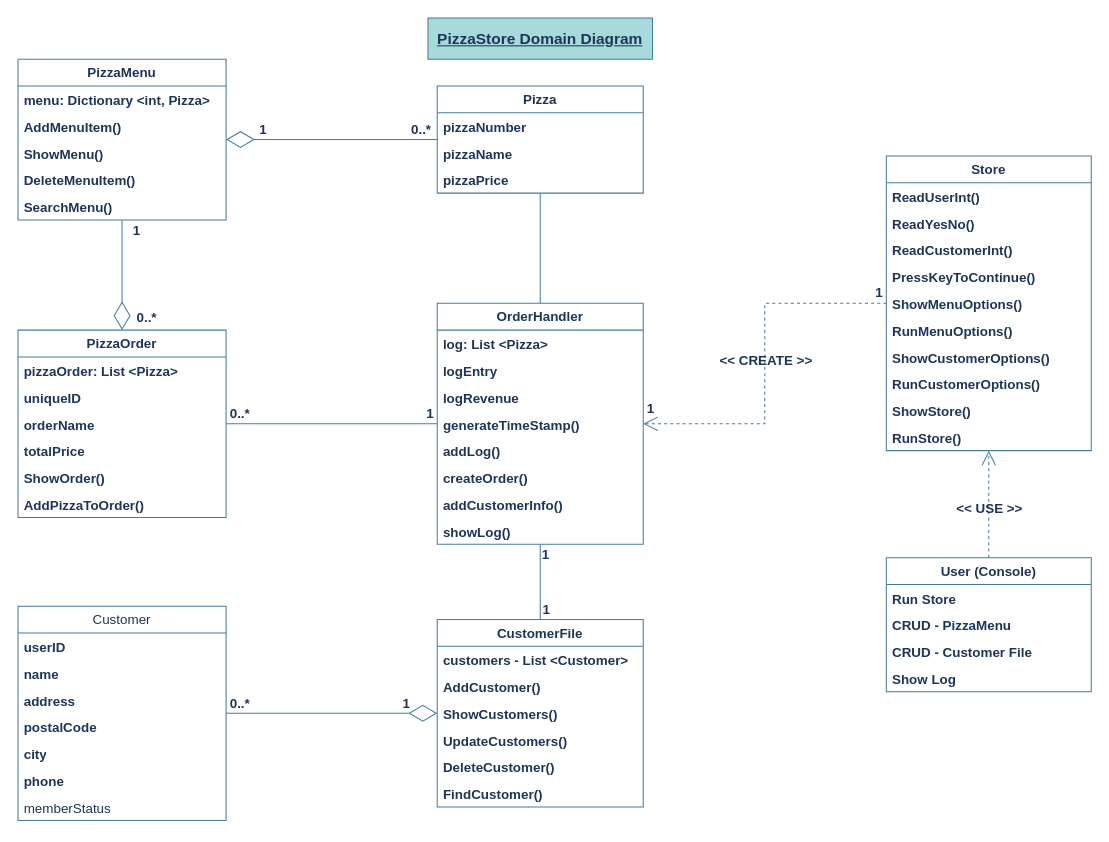
Earlier version of the draw.io diagram PizzaStoreDomainDiagram.drawio (Cal-ly/PizzaStore). Source tidied: cells renumbered, new cells numbered last; positions are measured from the earlier drawing's top-left corner, leaving out a move shared by most shapes. Both pictures are drawn from the tidied source at 103%, with x=0, y=0 at pixel (18, 18).
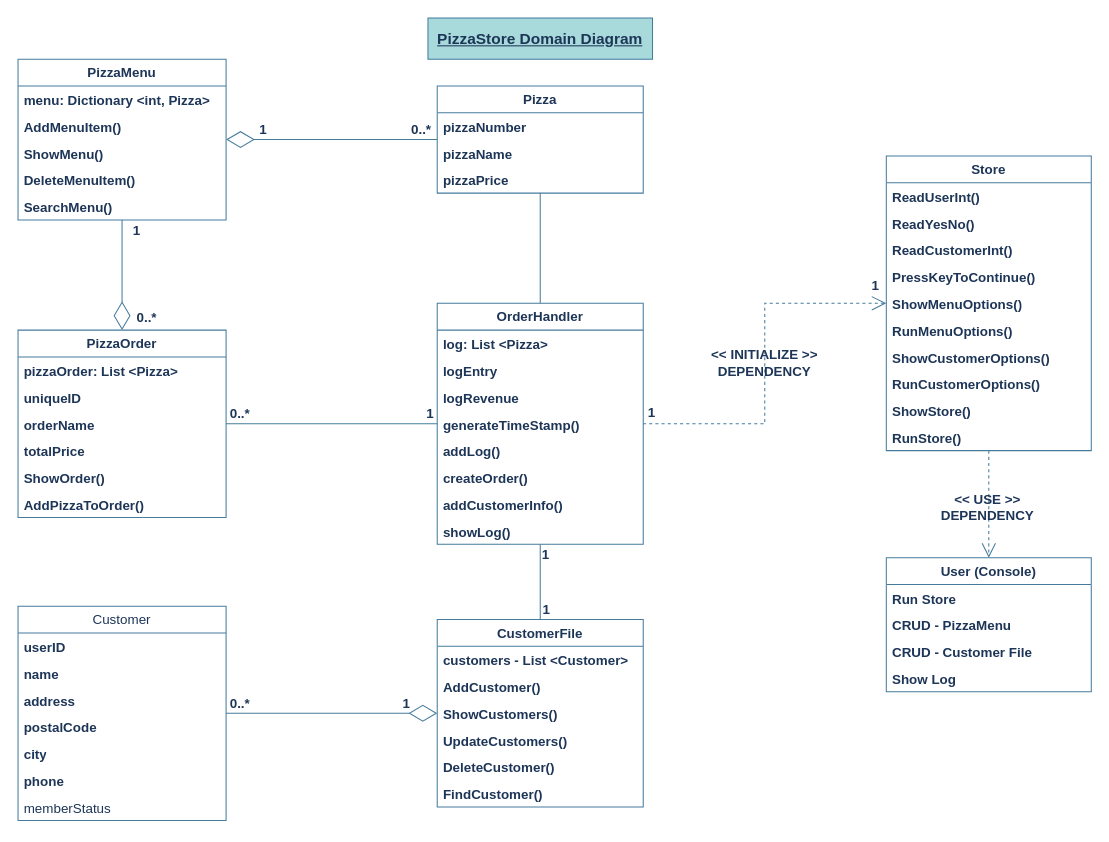
After the change.

Unchanged cells that the change refers to:
```xml
<mxCell id="7" value="User (Console)" style="swimlane;fontStyle=1;horizontal=1;startSize=26;fillColor=none;whiteSpace=wrap;html=1;fontSize=13;spacing=2;rounded=0;labelBackgroundColor=none;strokeColor=#457B9D;fontColor=#1D3557;" parent="1" vertex="1">
  <mxGeometry x="843" y="524" width="199" height="130" as="geometry" />
</mxCell>
<mxCell id="12" value="OrderHandler" style="swimlane;fontStyle=1;horizontal=1;startSize=26;fillColor=none;whiteSpace=wrap;html=1;fontSize=13;spacing=2;rounded=0;labelBackgroundColor=none;strokeColor=#457B9D;fontColor=#1D3557;" parent="1" vertex="1">
  <mxGeometry x="407" y="277" width="200" height="234" as="geometry" />
</mxCell>
<mxCell id="28" value="Store" style="swimlane;fontStyle=1;horizontal=1;startSize=26;fillColor=none;whiteSpace=wrap;html=1;fontSize=13;spacing=2;rounded=0;labelBackgroundColor=none;strokeColor=#457B9D;fontColor=#1D3557;" parent="1" vertex="1">
  <mxGeometry x="843" y="134" width="199" height="286" as="geometry" />
</mxCell>
```

Change to the diagram source:
```diff
@@
-    <mxCell id="69" style="endArrow=open;endSize=12;dashed=1;html=1;rounded=0;fontSize=13;labelBackgroundColor=none;strokeColor=#457B9D;fontColor=default;fontStyle=1;" parent="1" edge="1" source="7" target="28">
+    <mxCell id="69" style="endArrow=open;endSize=12;dashed=1;html=1;rounded=0;fontSize=13;labelBackgroundColor=none;strokeColor=#457B9D;fontColor=default;fontStyle=1;" parent="1" edge="1" source="28" target="7">
       <mxGeometry x="-0.01" relative="1" as="geometry" />
     </mxCell>
@@
-    <mxCell id="73" style="endArrow=none;html=1;edgeStyle=orthogonalEdgeStyle;rounded=0;fontSize=13;startArrow=open;startFill=0;endSize=9;startSize=12;dashed=1;labelBackgroundColor=none;strokeColor=#457B9D;fontColor=default;fontStyle=1;" parent="1" edge="1" source="12" target="28">
-      <mxGeometry relative="1" as="geometry" />
-    </mxCell>
-    <mxCell id="74" value="1" style="edgeLabel;html=1;align=left;verticalAlign=bottom;fontSize=13;rounded=0;labelBackgroundColor=none;fontColor=#1D3557;fontStyle=1;" parent="73" vertex="1">
-      <mxGeometry x="-1" relative="1" as="geometry">
-        <mxPoint x="2" y="-5" as="offset" />
-      </mxGeometry>
-    </mxCell>
-    <mxCell id="75" value="1" style="edgeLabel;html=1;align=right;verticalAlign=bottom;fontSize=13;rounded=0;labelBackgroundColor=none;fontColor=#1D3557;fontStyle=1;" parent="73" vertex="1">
-      <mxGeometry x="1" relative="1" as="geometry">
-        <mxPoint x="-3" y="-1" as="offset" />
-      </mxGeometry>
-    </mxCell>
-    <mxCell id="76" value="&lt;span style=&quot;font-size: 13px;&quot;&gt;&lt;span style=&quot;font-size: 13px;&quot;&gt;&amp;lt;&amp;lt; CREATE &amp;gt;&amp;gt;&lt;/span&gt;&lt;/span&gt;" style="edgeLabel;html=1;align=center;verticalAlign=middle;rounded=0;labelBackgroundColor=none;fontColor=#1D3557;fontStyle=1;fontSize=13;" parent="73" vertex="1">
-      <mxGeometry x="-0.03" relative="1" as="geometry">
-        <mxPoint y="-10" as="offset" />
-      </mxGeometry>
-    </mxCell>
@@
-    <mxCell id="80" value="&lt;span style=&quot;font-size: 13px;&quot;&gt;&lt;span style=&quot;font-size: 13px;&quot;&gt;&amp;lt;&amp;lt; USE &amp;gt;&amp;gt;&lt;/span&gt;&lt;/span&gt;" style="edgeLabel;html=1;align=center;verticalAlign=middle;rounded=0;labelBackgroundColor=none;fontColor=#1D3557;fontStyle=1;fontSize=13;" parent="1" vertex="1">
-      <mxGeometry x="948" y="477" as="geometry">
-        <mxPoint x="-6" y="-2" as="offset" />
+    <mxCell id="80" value="&amp;lt;&amp;lt; USE &amp;gt;&amp;gt;&lt;br&gt;DEPENDENCY" style="edgeLabel;html=1;align=center;verticalAlign=middle;rounded=0;labelBackgroundColor=none;fontColor=#1D3557;fontStyle=1;fontSize=13;" parent="1" vertex="1">
+      <mxGeometry x="942.5" y="470" as="geometry">
+        <mxPoint x="-2" y="4" as="offset" />
       </mxGeometry>
     </mxCell>
@@
+    <mxCell id="82" style="group;" parent="1" vertex="1">
+      <mxGeometry x="665" y="320" width="120" height="30" as="geometry" />
+    </mxCell>
+    <mxCell id="73" style="endArrow=none;html=1;edgeStyle=orthogonalEdgeStyle;rounded=0;fontSize=13;startArrow=open;startFill=0;endSize=9;startSize=12;dashed=1;labelBackgroundColor=none;strokeColor=#457B9D;fontColor=default;fontStyle=1;" parent="82" edge="1" source="28" target="12">
+      <mxGeometry relative="1" as="geometry" />
+    </mxCell>
+    <mxCell id="74" value="1" style="edgeLabel;html=1;align=left;verticalAlign=bottom;fontSize=13;rounded=0;labelBackgroundColor=none;fontColor=#1D3557;fontStyle=1;" parent="73" vertex="1">
+      <mxGeometry x="-1" relative="1" as="geometry">
+        <mxPoint x="-16" y="-7" as="offset" />
+      </mxGeometry>
+    </mxCell>
+    <mxCell id="75" value="1" style="edgeLabel;html=1;align=right;verticalAlign=bottom;fontSize=13;rounded=0;labelBackgroundColor=none;fontColor=#1D3557;fontStyle=1;" parent="73" vertex="1">
+      <mxGeometry x="1" relative="1" as="geometry">
+        <mxPoint x="12" y="-1" as="offset" />
+      </mxGeometry>
+    </mxCell>
+    <mxCell id="83" value="&amp;lt;&amp;lt; INITIALIZE &amp;gt;&amp;gt;&lt;br&gt;DEPENDENCY" style="text;strokeColor=none;align=center;fillColor=none;html=1;verticalAlign=middle;whiteSpace=wrap;rounded=0;fontStyle=1;labelBackgroundColor=none;fontColor=#1D3557;fontSize=13;" parent="82" vertex="1">
+      <mxGeometry width="120" height="30" as="geometry" />
+    </mxCell>
```
